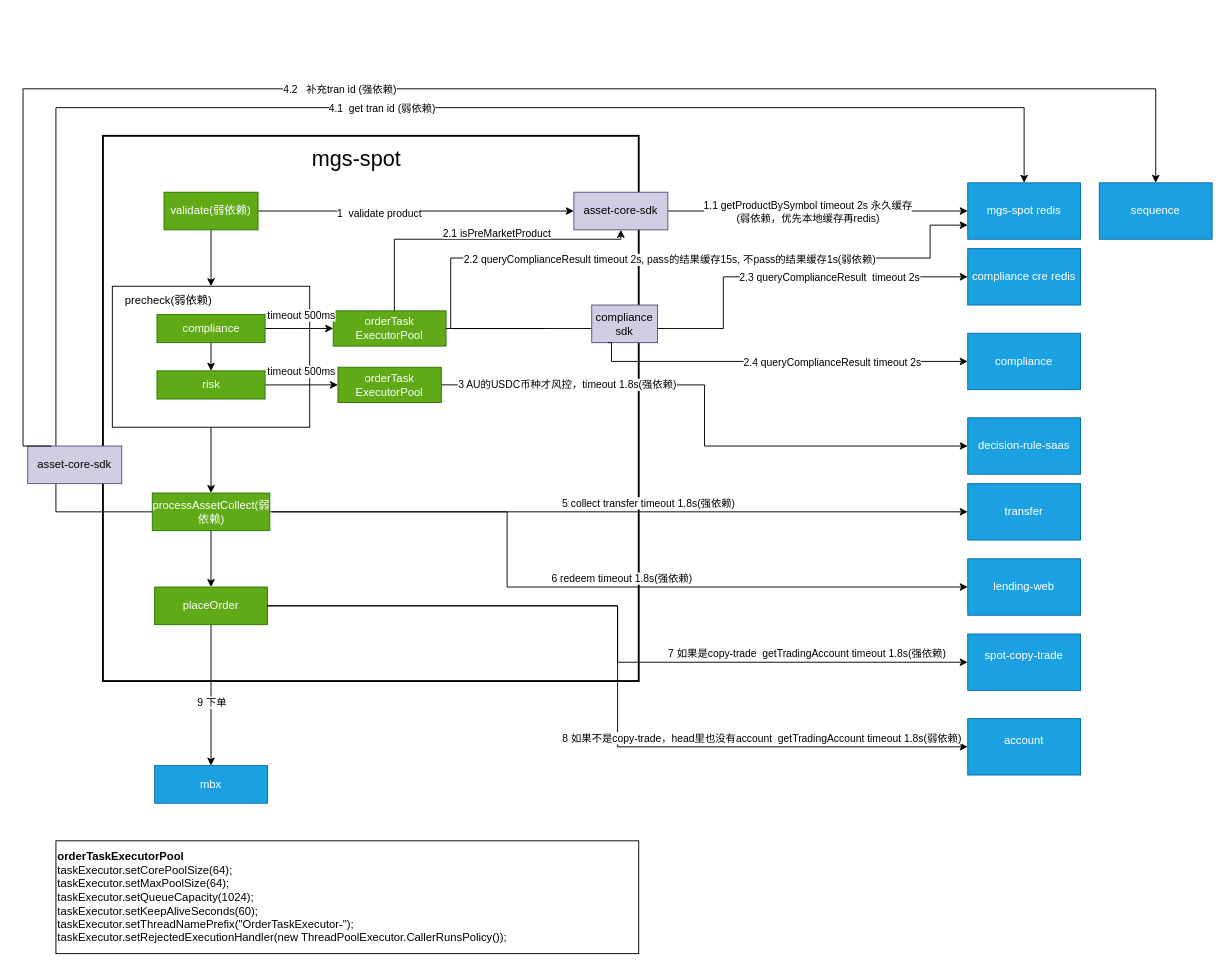
The draw.io diagram doc/mgs-spot.drawio in jackjoesh/databend, before the edit. Source tidied: cells renumbered, new cells numbered last; positions are measured from the earlier drawing's top-left corner, leaving out a move shared by most shapes. Both pictures are drawn from the tidied source at 94%, with x=0, y=0 at pixel (23, 88).
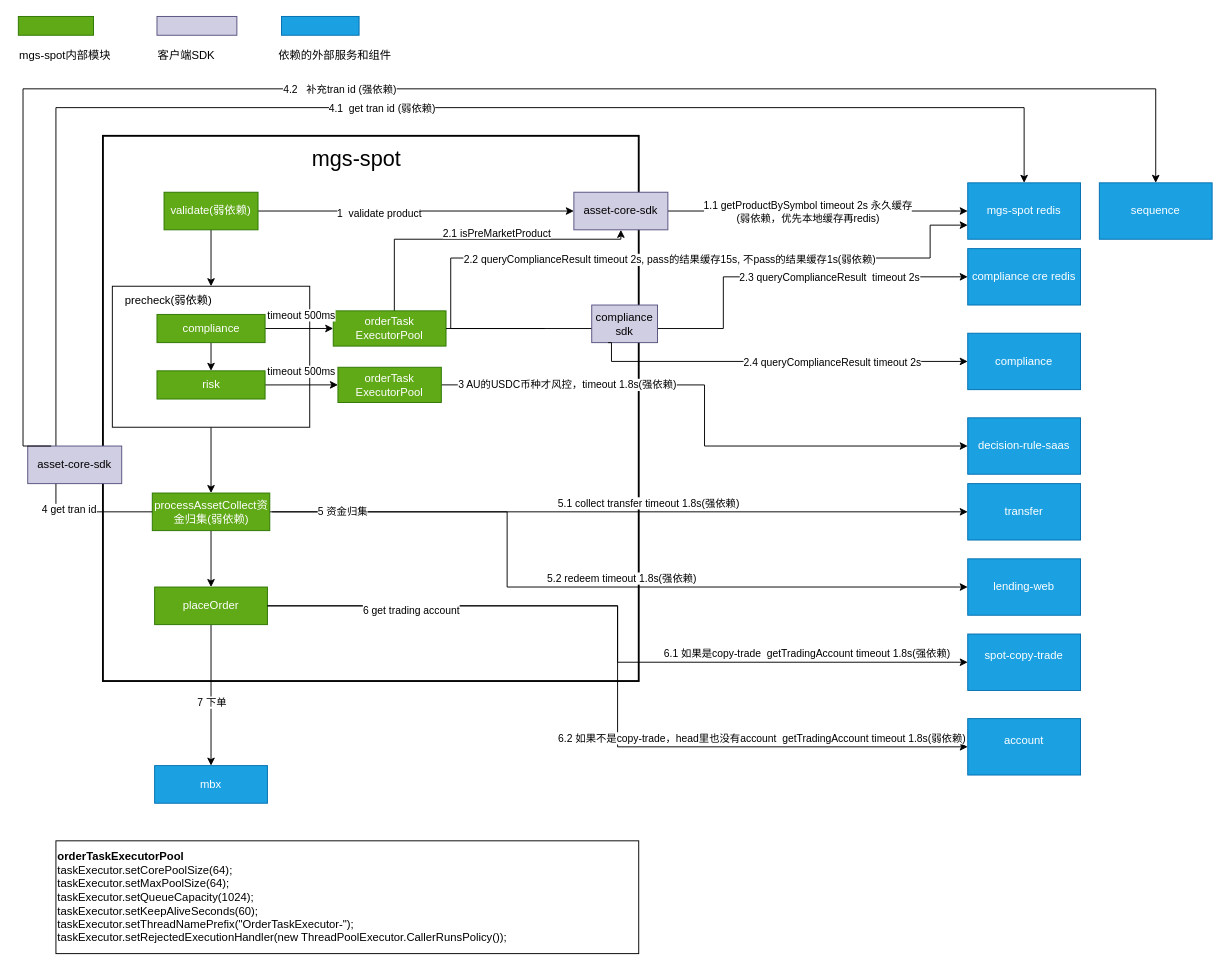
After the change.

Unchanged cells that the change refers to:
```xml
<mxCell id="13" style="edgeStyle=orthogonalEdgeStyle;rounded=0;jettySize=auto;html=1;exitX=1;exitY=0.5;exitDx=0;exitDy=0;entryX=0;entryY=0.5;entryDx=0;entryDy=0;" parent="1" edge="1" source="15" target="40">
  <mxGeometry relative="1" as="geometry" />
</mxCell>
<mxCell id="16" style="edgeStyle=orthogonalEdgeStyle;rounded=0;jettySize=auto;html=1;exitX=0.5;exitY=1;exitDx=0;exitDy=0;entryX=0.5;entryY=0;entryDx=0;entryDy=0;" parent="1" edge="1" source="18" target="54">
  <mxGeometry relative="1" as="geometry" />
</mxCell>
<mxCell id="41" style="endArrow=classic;html=1;rounded=0;exitX=0;exitY=0.5;exitDx=0;exitDy=0;edgeStyle=orthogonalEdgeStyle;entryX=0.5;entryY=0;entryDx=0;entryDy=0;" parent="1" edge="1" source="15" target="20">
  <mxGeometry relative="1" as="geometry">
    <Array as="points">
      <mxPoint x="35" y="450" />
      <mxPoint x="35" y="20" />
      <mxPoint x="1065" y="20" />
    </Array>
  </mxGeometry>
</mxCell>
<mxCell id="46" style="endArrow=classic;html=1;rounded=0;edgeStyle=orthogonalEdgeStyle;" parent="1" edge="1">
  <mxGeometry relative="1" as="geometry">
    <mxPoint x="265" y="450" as="sourcePoint" />
    <mxPoint x="1005" y="530" as="targetPoint" />
    <Array as="points">
      <mxPoint x="515" y="530" />
    </Array>
  </mxGeometry>
</mxCell>
<mxCell id="50" style="endArrow=classic;html=1;rounded=0;entryX=0;entryY=0.5;entryDx=0;entryDy=0;edgeStyle=orthogonalEdgeStyle;exitX=1;exitY=0.5;exitDx=0;exitDy=0;" parent="1" edge="1" source="18" target="48">
  <mxGeometry relative="1" as="geometry" />
</mxCell>
<mxCell id="52" style="endArrow=classic;html=1;rounded=0;entryX=0;entryY=0.5;entryDx=0;entryDy=0;edgeStyle=orthogonalEdgeStyle;exitX=1;exitY=0.5;exitDx=0;exitDy=0;" parent="1" edge="1" source="18" target="49">
  <mxGeometry relative="1" as="geometry" />
</mxCell>
```

Diff of the diagram source:
```diff
@@
-    <mxCell id="14" value="5 collect transfer&amp;nbsp;timeout 1.8s(强依赖)&amp;nbsp;" style="edgeLabel;html=1;align=center;verticalAlign=middle;" parent="13" vertex="1">
+    <mxCell id="14" value="5.1 collect transfer&amp;nbsp;timeout 1.8s(强依赖)&amp;nbsp;" style="edgeLabel;html=1;align=center;verticalAlign=middle;" parent="13" vertex="1">
       <mxGeometry x="-0.64" y="3" relative="1" as="geometry">
         <mxPoint x="270" y="-7" as="offset" />
       </mxGeometry>
     </mxCell>
-    <mxCell id="15" value="processAssetCollect(弱依赖)" style="rounded=0;whiteSpace=wrap;html=1;fillColor=#60a917;fontColor=#ffffff;strokeColor=#2D7600;" parent="1" vertex="1">
+    <mxCell id="15" value="processAssetCollect资金归集(弱依赖)" style="rounded=0;whiteSpace=wrap;html=1;fillColor=#60a917;fontColor=#ffffff;strokeColor=#2D7600;" parent="1" vertex="1">
       <mxGeometry x="137.5" y="430" width="125" height="40" as="geometry" />
     </mxCell>
@@
-    <mxCell id="17" value="9 下单" style="edgeLabel;html=1;align=center;verticalAlign=middle;" parent="16" vertex="1">
+    <mxCell id="17" value="7 下单" style="edgeLabel;html=1;align=center;verticalAlign=middle;" parent="16" vertex="1">
       <mxGeometry x="0.09" relative="1" as="geometry" />
     </mxCell>
@@
+    <mxCell id="65" value="4 get tran id" style="edgeLabel;html=1;align=center;verticalAlign=middle;" parent="41" vertex="1">
+      <mxGeometry x="-0.89" y="-3" relative="1" as="geometry">
+        <mxPoint x="1" as="offset" />
+      </mxGeometry>
+    </mxCell>
@@
-    <mxCell id="47" value="6&amp;nbsp;redeem&amp;nbsp;timeout 1.8s(强依赖)" style="edgeLabel;html=1;align=center;verticalAlign=middle;" parent="46" vertex="1">
+    <mxCell id="47" value="5.2 redeem&amp;nbsp;timeout 1.8s(强依赖)" style="edgeLabel;html=1;align=center;verticalAlign=middle;" parent="46" vertex="1">
       <mxGeometry x="0.26" y="-1" relative="1" as="geometry">
         <mxPoint x="-66" y="-11" as="offset" />
       </mxGeometry>
     </mxCell>
+    <mxCell id="66" value="5 资金归集" style="edgeLabel;html=1;align=center;verticalAlign=middle;" parent="46" vertex="1">
+      <mxGeometry x="-0.82" y="1" relative="1" as="geometry" />
+    </mxCell>
@@
-    <mxCell id="51" value="7 如果是copy-trade&amp;nbsp; getTradingAccount timeout 1.8s(强依赖)" style="edgeLabel;html=1;align=center;verticalAlign=middle;" parent="50" vertex="1">
+    <mxCell id="51" value="6.1 如果是copy-trade&amp;nbsp; getTradingAccount timeout 1.8s(强依赖)" style="edgeLabel;html=1;align=center;verticalAlign=middle;" parent="50" vertex="1">
       <mxGeometry x="0.35" relative="1" as="geometry">
         <mxPoint x="90" y="-10" as="offset" />
       </mxGeometry>
     </mxCell>
@@
+    <mxCell id="67" value="6 get trading account" style="edgeLabel;html=1;align=center;verticalAlign=middle;" parent="52" vertex="1">
+      <mxGeometry x="-0.66" y="-4" relative="1" as="geometry" />
+    </mxCell>
-    <mxCell id="53" value="8 如果不是copy-trade，head里也没有account&amp;nbsp; getTradingAccount timeout 1.8s(弱依赖)" style="edgeLabel;html=1;align=center;verticalAlign=middle;" parent="1" vertex="1">
+    <mxCell id="53" value="6.2 如果不是copy-trade，head里也没有account&amp;nbsp; getTradingAccount timeout 1.8s(弱依赖)" style="edgeLabel;html=1;align=center;verticalAlign=middle;" parent="1" vertex="1">
       <mxGeometry x="785" y="690" as="geometry" />
     </mxCell>
@@
+    <mxCell id="68" style="rounded=0;whiteSpace=wrap;html=1;fillColor=#60a917;fontColor=#ffffff;strokeColor=#2D7600;" parent="1" vertex="1">
+      <mxGeometry x="-5" y="-77" width="80" height="20" as="geometry" />
+    </mxCell>
+    <mxCell id="69" style="rounded=0;whiteSpace=wrap;html=1;fillColor=#d0cee2;strokeColor=#56517e;" parent="1" vertex="1">
+      <mxGeometry x="142.5" y="-77" width="85" height="20" as="geometry" />
+    </mxCell>
+    <mxCell id="70" value="&lt;div&gt;&lt;br&gt;&lt;/div&gt;" style="rounded=0;whiteSpace=wrap;html=1;fillColor=#1ba1e2;fontColor=#ffffff;strokeColor=#006EAF;align=center;verticalAlign=middle;" parent="1" vertex="1">
+      <mxGeometry x="275" y="-77" width="82.5" height="20" as="geometry" />
+    </mxCell>
+    <mxCell id="71" value="mgs-spot内部模块" style="text;html=1;whiteSpace=wrap;strokeColor=none;fillColor=none;align=center;verticalAlign=middle;rounded=0;" parent="1" vertex="1">
+      <mxGeometry x="-5" y="-50" width="100" height="30" as="geometry" />
+    </mxCell>
+    <mxCell id="72" value="客户端SDK" style="text;html=1;whiteSpace=wrap;strokeColor=none;fillColor=none;align=center;verticalAlign=middle;rounded=0;" parent="1" vertex="1">
+      <mxGeometry x="125" y="-50" width="97.5" height="30" as="geometry" />
+    </mxCell>
+    <mxCell id="73" value="依赖的外部服务和组件" style="text;html=1;whiteSpace=wrap;strokeColor=none;fillColor=none;align=center;verticalAlign=middle;rounded=0;" parent="1" vertex="1">
+      <mxGeometry x="267.5" y="-50" width="127.5" height="30" as="geometry" />
+    </mxCell>
```
